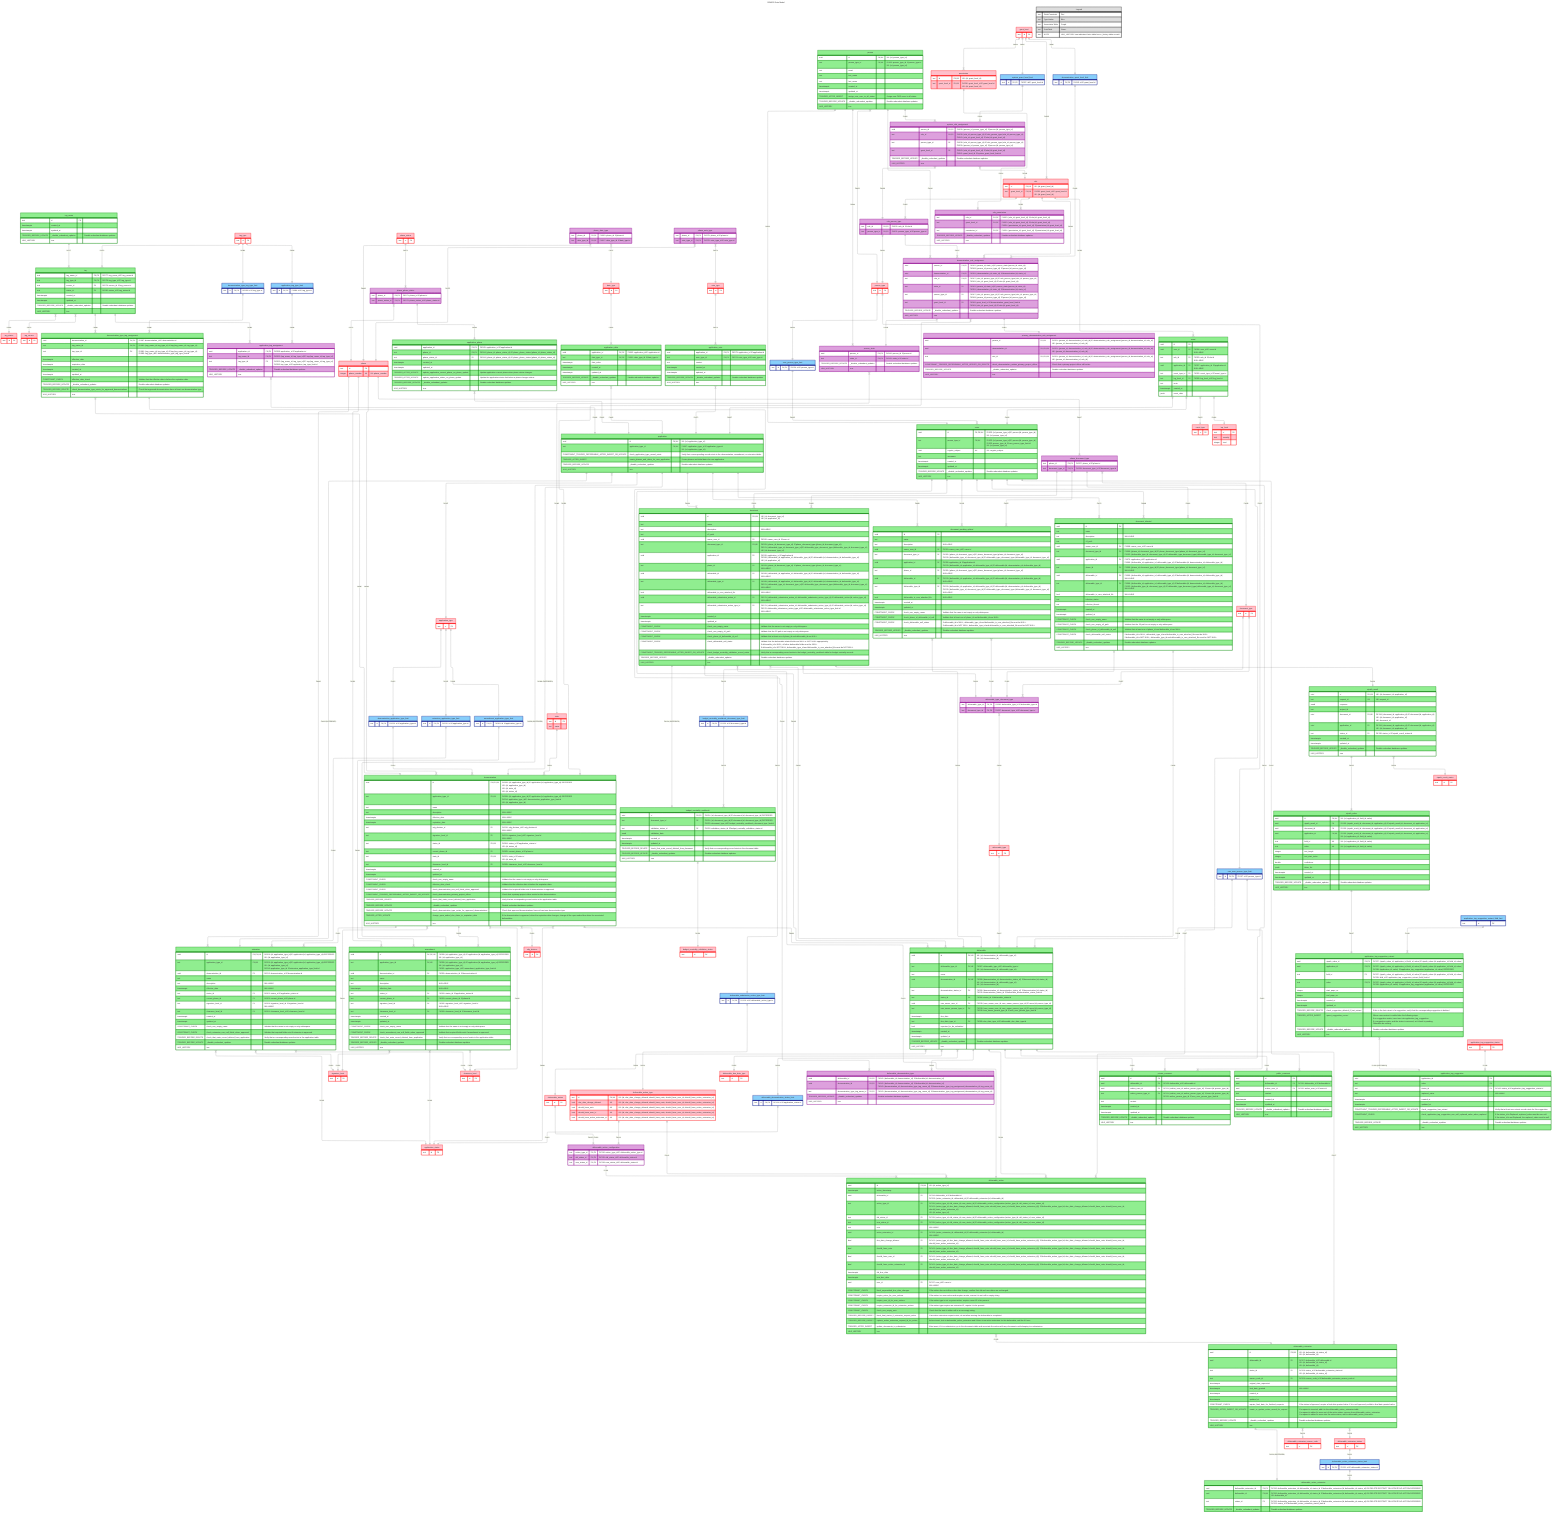
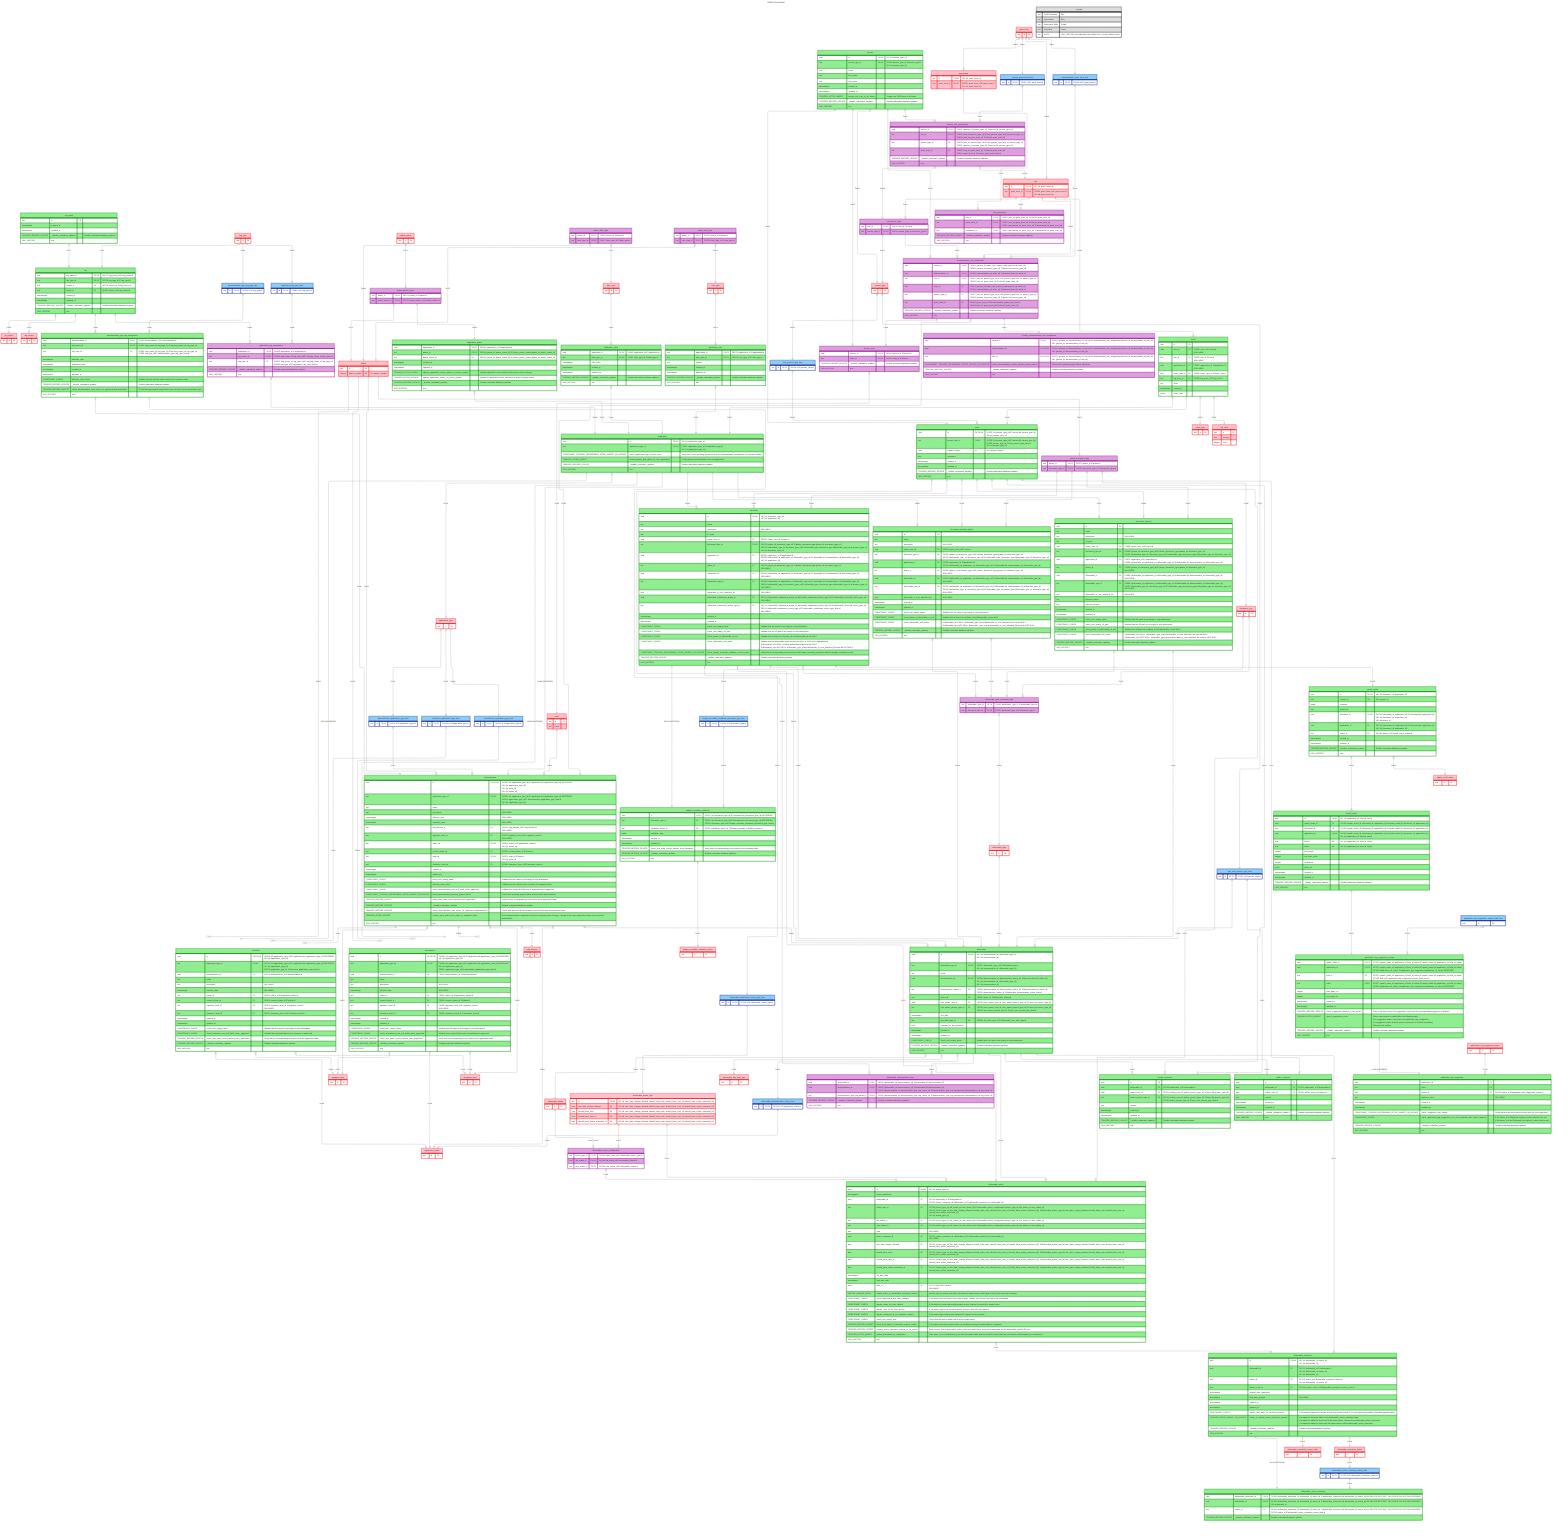
---
title: DEMOS Data Model
config:
  theme: default
  layout: elk
  elk:
    nodePlacementStrategy: NETWORK_SIMPLEX
---

erDiagram
  classDef staticConstraint stroke:red,fill:pink
  classDef typeLimiter stroke:navy,fill:lightskyblue
  classDef dataTable stroke:green,fill:lightgreen
  classDef associativeTable stroke:darkmagenta,fill:plum
  classDef legend stroke:black,fill:#ddd

  tag_name ||--|{ tag : "FK077"
  tag_type ||--|{ tag : "FK078"
  tag }|--|| tag_status : "FK080"
  tag }|--|| tag_source : "FK079"
  tag ||--|{ demonstration_type_tag_assignment : "FK081"
  tag ||--|{ application_tag_assignment : "FK082"
  tag_type ||--|| demonstration_type_tag_type_limit : "FK083"
  tag_type ||--|| application_tag_type_limit : "FK084"
  demonstration_type_tag_type_limit ||--|{ demonstration_type_tag_assignment : "FK085"
  application_tag_type_limit ||--|{ application_tag_assignment : "FK086"
  demonstration_type_tag_assignment }|--|| demonstration : "FK087"
  application_tag_assignment }|--|| application : "FK088"
  phase_status ||--|{ phase_phase_status : "FK072"
  phase_phase_status }|--|| phase : "FK071"
  phase_phase_status ||--|{ application_phase  : "FK004"
  phase_date_type }|--|| phase : "FK003"
  phase_note_type }|--|| phase : "FK075"
  phase_date_type }|--|| date_type: "FK017"
  phase_note_type }|--|| note_type: "FK076"
  application_phase }|--|| application : "FK005"
  date_type ||--|{ application_date  : "FK001"
  note_type ||--|{ application_note  : "FK074"
  application_date }|--|| application : "FK002"
  application_note }|--|| application : "FK073"
  application }|--|| application_type : "FK007"
  application ||--|| demonstration : "FK008 (DEFERRED)"
  application ||--|| extension : "FK009 (DEFERRED)"
  application ||--|| amendment : "FK058 (DEFERRED)"
  demonstration }|--|| sdg_division : "FK010"
  demonstration }|--|| signature_level : "FK011"
  demonstration ||--|{ extension : "FK012"
  demonstration ||--|{ amendment : "FK059"
  application_type ||--|| demonstration_application_type_limit : "FK013"
  demonstration_application_type_limit ||--|{ demonstration : "FK014"
  application_type ||--|| extension_application_type_limit : "FK015"
  extension_application_type_limit ||--|{ extension : "FK016"
  application_type ||--|| amendment_application_type_limit : "FK060"
  amendment_application_type_limit ||--|{ amendment : "FK061"
  amendment }|--|| application_status : "FK018"
  phase ||--|{ amendment : "FK020"
  extension }|--|| application_status : "FK062"
  phase ||--|{ extension : "FK063"
  demonstration }|--|| application_status : "FK064"
  phase ||--|{ demonstration : "FK065"
  state ||--|{ demonstration : "FK021"
  person }|--|| person_type : "FK022"
  person ||--|| users : "FK023"
  person_type ||--|| user_person_type_limit : "FK024"
  user_person_type_limit ||--|{ users : "FK025"
  users ||--|{ document : "FK026"
  users ||--|{ document_pending_upload : "FK019"
  users ||--|{ document_infected : "FK068"
  phase ||--|{ phase_document_type : "FK027"
  phase_document_type }|--|| document_type : "FK028"
  phase_document_type ||--|{ document : "FK029"
  phase_document_type ||--|{ document_pending_upload : "FK055"
  phase_document_type ||--|{ document_infected : "FK069"
  application ||--|{ document : "FK030"
  application ||--|{ document_pending_upload : "FK056"
  application ||--|{ document_infected : "FK070"
  role_person_type }|--|| person_type : "FK031"
  role ||--|{ role_person_type : "FK032"
  role ||--|{ role_permission : "FK033"
  permission ||--|{ role_permission : "FK034"
  grant_level ||--|{ role : "FK035"
  grant_level ||--|{ permission : "FK036"
  system_grant_level_limit ||--|{ system_role_assignment : "FK041"
  system_role_assignment }|--|| role_person_type : "FK038"
  person ||--|{ system_role_assignment : "FK039"
  system_role_assignment }|--|| role : "FK040"
  grant_level ||--|| system_grant_level_limit : "FK037"
  demonstration_role_assignment }|--|| person_state : "FK042"
  person_state }|--|| state : "FK043"
  person ||--|{ person_state : "FK044"
  grant_level ||--|| demonstration_grant_level_limit : "FK045"
  demonstration_grant_level_limit ||--|{ demonstration_role_assignment : "FK046"
  role_person_type ||--|{ demonstration_role_assignment : "FK047"
  person ||--|{ demonstration_role_assignment : "FK048"
  role ||--|{ demonstration_role_assignment : "FK049"
  demonstration_role_assignment }|--|| demonstration : "FK050"
  demonstration_role_assignment ||--|| primary_demonstration_role_assignment : "FK051"
  event }|--|| application : "FK057"
  event }|--|| event_type : "FK052"
  event }|--|| log_level : "FK066"
  role ||--|{ event : "FK053"
  event }|--|| users : "FK054"
  demonstration }|--|| clearance_level : "FK089"
  amendment }|--|| clearance_level : "FK090"
  extension }|--|| clearance_level : "FK091"
  amendment }|--|| signature_level : "FK092"
  extension }|--|| signature_level : "FK093"
  document_type ||--|| budget_neutrality_workbook_document_type_limit : "FK123"
  document ||--|| budget_neutrality_workbook : "FK124 (DEFERRED)"
  budget_neutrality_workbook_document_type_limit ||--|{ budget_neutrality_workbook : "FK125"
  budget_neutrality_workbook }|--|| budget_neutrality_validation_status : "FK126"
  document }|--|| deliverable_action : "FK121"
  document }|--|| deliverable_submission_action_type_limit : "FK122"
  deliverable_status ||--|{ deliverable_action_configuration : "FK115, FK118"
  deliverable_action_type ||--|{ deliverable_action_configuration : "FK116"
  deliverable_action_type ||--|{ deliverable_action : "FK141"
  deliverable_action_configuration ||--|{ deliverable_action : "FK119"
  deliverable_submission_action_type_limit ||--|| deliverable_action_type : "FK120"
  demonstration ||--|{ deliverable : "FK006"
  deliverable_type ||--|{ deliverable : "FK067"
  deliverable }|--|| deliverable_status : "FK094"
  deliverable }|--|| deliverable_due_date_type : "FK095"
  document_type ||--|{ deliverable_type_document_type : "FK097"
  deliverable_type_document_type }|--|| deliverable_type : "FK096"
  document }|--|| deliverable : "FK098"
  document_infected }|--|| deliverable : "FK099"
  document_pending_upload }|--|| deliverable : "FK100"
  document }|--|| deliverable_type_document_type : "FK101"
  document_infected }|--|| deliverable_type_document_type : "FK102"
  document_pending_upload }|--|| deliverable_type_document_type : "FK103"
  deliverable_demonstration_status_limit ||--|| application_status : "FK104"
  deliverable }|--|| deliverable_demonstration_status_limit : "FK105"
  cms_user_person_type_limit ||--|{ deliverable : "FK106"
  person_type ||--|| cms_user_person_type_limit : "FK107"
  users ||--|{ deliverable : "FK108"
  deliverable ||--|{ deliverable_action : "FK114"
  deliverable_action }|--|| deliverable_extension : "FK133"
  deliverable ||--|{ deliverable_extension : "FK127"
  deliverable ||--|{ deliverable_demonstration_type : "FK142"
  demonstration_type_tag_assignment ||--|{ deliverable_demonstration_type : "FK143"
  deliverable_extension }|--|| deliverable_extension_reason_code : "FK129"
  deliverable_extension }|--|| deliverable_extension_status : "FK128"
  deliverable_extension_status ||--|| deliverable_active_extension_status_limit : "FK131"
  deliverable_active_extension_status_limit ||--|{ deliverable_active_extension : "FK132"
  deliverable_extension ||--|| deliverable_active_extension : "FK130 (DEFERRED)"
  deliverable ||--|{ private_comment : "FK109"
  deliverable ||--|{ public_comment : "FK110"
  users ||--|{ private_comment : "FK111"
  users ||--|{ public_comment : "FK112"
  cms_user_person_type_limit ||--|{ private_comment : "FK113"
  users ||--|{ deliverable_action : "FK117"
  document ||--|| uipath_result : "FK134"
  uipath_result ||--|{ uipath_value : "FK135"
  uipath_result }|--|| uipath_result_status : "FK136"
  uipath_value ||--|| application_tag_suggestion_extract : "FK137"
  application_tag_suggestion_extract }|--|| application_tag_suggestion : "FK138 (DEFERRED)"
  application_tag_suggestion_extract_field_limit ||--|{ application_tag_suggestion_extract : "FK139"
  application_tag_suggestion_status ||--|{ application_tag_suggestion : "FK140"

  %% Static Constraints
  application_status:::staticConstraint {
    text id PK
  }

  application_tag_suggestion_status:::staticConstraint {
    text id PK
  }

  application_type:::staticConstraint {
    text id PK
  }

  budget_neutrality_validation_status:::staticConstraint {
    text id PK
  }

  clearance_level:::staticConstraint {
    text id PK
  }

  date_type:::staticConstraint {
    text id PK
  }

  deliverable_action_type:::staticConstraint {
    text id PK, UK "UK: (id, due_date_change_allowed, should_have_note, should_have_user_id, should_have_active_extension_id)"
    bool due_date_change_allowed UK "UK: (id, due_date_change_allowed, should_have_note, should_have_user_id, should_have_active_extension_id)"
    bool should_have_note UK "UK: (id, due_date_change_allowed, should_have_note, should_have_user_id, should_have_active_extension_id)"
    bool should_have_user_id UK "UK: (id, due_date_change_allowed, should_have_note, should_have_user_id, should_have_active_extension_id)"
    bool should_have_active_extension_id UK "UK: (id, due_date_change_allowed, should_have_note, should_have_user_id, should_have_active_extension_id)"
  }

  deliverable_due_date_type:::staticConstraint {
    text id PK
  }

  deliverable_extension_reason_code:::staticConstraint {
    text id PK
  }

  deliverable_extension_status:::staticConstraint {
    text id PK
  }

  deliverable_status:::staticConstraint {
    text id PK
  }

  deliverable_type:::staticConstraint {
    text id PK
  }

  document_type:::staticConstraint {
    text id PK
  }

  event_type:::staticConstraint {
    text id PK
  }

  grant_level:::staticConstraint {
    text id PK
  }

  log_level:::staticConstraint {
    text id PK
    text severity
    integer level
  }

  note_type:::staticConstraint {
    text id PK
  }

  permission:::staticConstraint {
    text id PK, UK "UK: (id, grant_level_id)"
    text grant_level_id FK, UK "FK036: grant_level_id ∈ grant_level.id<br>UK: (id, grant_level_id)"
  }

  person_type:::staticConstraint {
    text id PK
  }

  phase:::staticConstraint {
    text id PK
    integer phase_number UK "UK: phase_number"
  }

  phase_status:::staticConstraint {
    text id PK
  }

  role:::staticConstraint {
    text id PK, UK "UK: (id, grant_level_id)"
    text grant_level_id FK, UK "FK035: grant_level_id ∈ grant_level.id<br>UK: (id, grant_level_id)"
  }

  sdg_division:::staticConstraint {
    text id PK
  }

  signature_level:::staticConstraint {
    text id PK
  }

  state:::staticConstraint {
    text id PK
    text name
  }

  tag_source:::staticConstraint {
    text id PK
  }

  tag_status:::staticConstraint {
    text id PK
  }

  tag_type:::staticConstraint {
    text id PK
  }

  uipath_result_status:::staticConstraint {
    text id PK
  }

  %% Type Limiters
  amendment_application_type_limit:::typeLimiter {
    text id PK, FK "FK060: id ∈ application_type.id"
  }

  application_tag_suggestion_extract_field_limit:::typeLimiter {
    text id PK
  }

  application_tag_type_limit:::typeLimiter {
    text id PK, FK "FK084: id ∈ tag_type.id"
  }

  budget_neutrality_workbook_document_type_limit:::typeLimiter {
    text id PK, FK "FK123: id ∈ document_type.id"
  }

  cms_user_person_type_limit:::typeLimiter {
    text id PK, FK "FK107: id ∈ person_type.id"
  }

  deliverable_active_extension_status_limit:::typeLimiter {
    text id PK, FK "FK131: id ∈ deliverable_extension_status.id"
  }

  deliverable_demonstration_status_limit:::typeLimiter {
    text id PK, FK "FK104: id ∈ application_status.id"
  }

  deliverable_submission_action_type_limit:::typeLimiter {
    text id PK, FK "FK120: id ∈ deliverable_action_type.id"
  }

  demonstration_application_type_limit:::typeLimiter {
    text id PK, FK "FK013: id ∈ application_type.id"
  }

  demonstration_grant_level_limit:::typeLimiter {
    text id PK, FK "FK045: id ∈ grant_level.id"
  }

  demonstration_type_tag_type_limit:::typeLimiter {
    text id PK, FK "FK083: id ∈ tag_type.id"
  }

  extension_application_type_limit:::typeLimiter {
    text id PK, FK "FK015: id ∈ application_type.id"
  }

  system_grant_level_limit:::typeLimiter {
    text id PK, FK "FK037: id ∈ grant_level.id"
  }

  user_person_type_limit:::typeLimiter {
    text id PK, FK "FK024: id ∈ person_type.id"
  }

  %% Data Tables
  amendment:::dataTable {
    uuid id PK, FK, UK "FK058: (id, application_type_id) ∈ application.(id, application_type_id) DEFERRED<br>UK: (id, application_type_id)"
    text application_type_id FK, UK "FK058: (id, application_type_id) ∈ application.(id, application_type_id) DEFERRED<br>UK: (id, application_type_id)<br>FK061: application_type_id ∈ amendment_application_type_limit.id"
    uuid demonstration_id FK "FK059: demonstration_id ∈ demonstration.id"
    text name
    text description "NULLABLE"
    timestamptz effective_date "NULLABLE"
    text status_id FK "FK018: status_id ∈ application_status.id"
    text current_phase_id FK "FK020: current_phase_id ∈ phase.id"
    text signature_level_id FK "FK092: signature_level_id ∈ signature_level.id<br>NULLABLE"
    text clearance_level_id FK "FK090: clearance_level_id ∈ clearance_level.id"
    timestamptz created_at
    timestamptz updated_at
    CONSTRAINT_CHECK check_non_empty_name "Validate that the name is not empty or only whitespace."
    CONSTRAINT_CHECK check_amendment_non_null_fields_when_approved  "Validate that required fields exist if amendment is approved."
    TRIGGER_BEFORE_DELETE check_that_main_record_deleted_from_application "Verify that no corresponding record exists in the application table."
    TRIGGER_BEFORE_UPDATE _disable_redundant_updates "Disable redundant database updates."
    HAS_HISTORY true
  }

  application:::dataTable {
    uuid id PK, UK "UK: (id, application_type_id)"
    text application_type_id FK, UK "FK007: application_type_id ∈ application_type.id<br>UK: (id, application_type_id)"
    CONSTRAINT_TRIGGER_DEFERRABLE_AFTER_INSERT_OR_UPDATE check_application_type_record_exists "Verify that a corresponding record exists in the demonstration, amendment, or extension tables."
    TRIGGER_AFTER_INSERT create_phases_and_dates_for_new_application "Create phases and initial dates for new application."
    TRIGGER_BEFORE_UPDATE _disable_redundant_updates "Disable redundant database updates."
    HAS_HISTORY true
  }

  application_date:::dataTable {
    uuid application_id PK, FK "FK002: application_id ∈ application.id"
    text date_type_id PK, FK "FK001: date_type_id ∈ date_type.id"
    timestamptz date_value
    timestamptz created_at
    timestamptz updated_at
    TRIGGER_BEFORE_UPDATE _disable_redundant_updates "Disable redundant database updates."
    HAS_HISTORY true
  }

  application_note:::dataTable {
    uuid application_id PK, FK "FK073: application_id ∈ application.id"
    text note_type_id PK, FK "FK074: note_type_id ∈ note_type.id"
    text content
    timestamptz created_at
    timestamptz updated_at
    TRIGGER_BEFORE_UPDATE _disable_redundant_updates "Disable redundant database updates."
    HAS_HISTORY true
  }

  application_phase:::dataTable {
    uuid application_id PK, FK "FK005: application_id ∈ application.id"
    text phase_id PK, FK "FK004: (phase_id, phase_status_id) ∈ phase_phase_status.(phase_id, phase_status_id)"
    text phase_status_id FK "FK004: (phase_id, phase_status_id) ∈ phase_phase_status.(phase_id, phase_status_id)"
    timestamptz created_at
    timestamptz updated_at
    TRIGGER_AFTER_UPDATE update_application_current_phase_on_phase_update "Update application current phase when phase status changes."
    TRIGGER_AFTER_UPDATE update_application_status_on_phase_update "Update the application status field when a phase changes status."
    TRIGGER_BEFORE_UPDATE _disable_redundant_updates "Disable redundant database updates."
    HAS_HISTORY true
  }

  application_tag_suggestion:::dataTable {
    uuid application_id PK
    text value PK
    text status_id FK "FK140: status_id ∈ application_tag_suggestion_status.id"
    text replaced_value "NULLABLE"
    timestamptz created_at
    timestamptz updated_at
    CONSTRAINT_TRIGGER_DEFERRABLE_AFTER_INSERT_OR_UPDATE check_suggestion_has_extract "Verify that at least one extract record exists for this suggestion."
    CONSTRAINT_CHECK check_application_tag_suggestion_non_null_replaced_value_when_replaced "If the status_id is Replaced, replaced_value must be non null.<br>If the status_id is not Replaced, the replaced_value must be null."
    TRIGGER_BEFORE_UPDATE _disable_redundant_updates "Disable redundant database updates."
    HAS_HISTORY true
  }

  application_tag_suggestion_extract:::dataTable {
    uuid uipath_value_id PK, FK "FK137: (uipath_value_id, application_id, field_id, value) ∈ uipath_value.(id, application_id, field_id, value)"
    uuid application_id PK, FK "FK137: (uipath_value_id, application_id, field_id, value) ∈ uipath_value.(id, application_id, field_id, value)<br>FK138: (application_id, value) ∈ application_tag_suggestion.(application_id, value) DEFERRED"
    text field_id FK "FK137: (uipath_value_id, application_id, field_id, value) ∈ uipath_value.(id, application_id, field_id, value)<br>FK139: field_id ∈ application_tag_suggestion_extract_field_limit.id"
    text value PK, FK "FK137: (uipath_value_id, application_id, field_id, value) ∈ uipath_value.(id, application_id, field_id, value)<br>FK138: (application_id, value) ∈ application_tag_suggestion.(application_id, value) DEFERRED"
    integer start_page_no
    integer end_page_no
    timestamptz created_at
    timestamptz updated_at
    TRIGGER_BEFORE_DELETE check_suggestion_deleted_if_last_extract "If this is the last extract of a suggestion, verify that the corresponding suggestion is deleted."
    TRIGGER_AFTER_INSERT upsert_suggestion_record "When a new extract is added take the following steps.<br>If no suggestion exists, insert one into application_tag_suggestion.<br>If a suggestion exists, and the status is removed, set it back to pending.<br>Otherwise do nothing."
    TRIGGER_BEFORE_UPDATE _disable_redundant_updates "Disable redundant database updates."
    HAS_HISTORY true
  }

  budget_neutrality_workbook:::dataTable {
    uuid id PK, FK "FK124: (id, document_type_id) ∈ document.(id, document_type_id) DEFERRED"
    text document_type_id FK "FK124: (id, document_type_id) ∈ document.(id, document_type_id) DEFERRED<br>FK125: document_type_id ∈ budget_neutrality_workbook_document_type_limit.id"
    text validation_status_id FK "FK126: validation_status_id ∈ budget_neutrality_validation_status.id"
    jsonb validation_data
    timestamptz created_at
    timestamptz updated_at
    TRIGGER_BEFORE_DELETE check_that_main_record_deleted_from_document "Verify that no corresponding record exists in the document table."
    TRIGGER_BEFORE_UPDATE _disable_redundant_updates "Disable redundant database updates."
    HAS_HISTORY true
  }

  %% NOTE: That empty line with <br>&nbsp; is a layout hack for Mermaid
  deliverable:::dataTable {
    uuid id PK, UK "UK: (id, demonstration_id, deliverable_type_id)<br>UK: (id, demonstration_id)<br>&nbsp;"
    text deliverable_type_id FK, UK "FK067: deliverable_type_id ∈ deliverable_type.id<br>UK: (id, demonstration_id, deliverable_type_id)"
    text name
    uuid demonstration_id FK, UK "FK006: (demonstration_id, demonstration_status_id) ∈ demonstration.(id, status_id)<br>UK: (id, demonstration_id, deliverable_type_id)<br>UK: (id, demonstration_id)"
    text demonstration_status_id FK "FK006: (demonstration_id, demonstration_status_id) ∈ demonstration.(id, status_id)<br>FK105: demonstration_status_id ∈ deliverable_demonstration_status_limit.id"
    text status_id FK "FK094: status_id ∈ deliverable_status.id"
    uuid cms_owner_user_id FK "FK108: (cms_owner_user_id, cms_owner_person_type_id) ∈ users.(id, person_type_id)"
    text cms_owner_person_type_id FK "FK108: (cms_owner_user_id, cms_owner_person_type_id) ∈ users.(id, person_type_id)<br>FK106: cms_owner_person_type_id ∈ cms_user_person_type_limit.id"
    timestamptz due_date
    text due_date_type_id FK "FK095: due_date_type_id ∈ deliverable_due_date_type.id"
    bool expected_to_be_submitted
    timestamptz created_at
    timestamptz updated_at
+     CONSTRAINT_CHECK check_non_empty_name "Validate that the name is not empty or only whitespace."
    TRIGGER_BEFORE_UPDATE _disable_redundant_updates "Disable redundant database updates."
    HAS_HISTORY true
  }

  deliverable_action:::dataTable {
    uuid id PK, UK "UK: (id, action_type_id)"
    timestamptz action_timestamp
    uuid deliverable_id FK "FK114: deliverable_id ∈ deliverable.id<br>FK133: (active_extension_id, deliverable_id) ∈ deliverable_extension.(id, deliverable_id)"
    text action_type_id FK "FK119: (action_type_id, old_status_id, new_status_id) ∈ deliverable_action_configuration.(action_type_id, old_status_id, new_status_id)<br>FK141: (action_type_id, due_date_change_allowed, should_have_note, should_have_user_id, should_have_active_extension_id)) ∈ deliverable_action_type.(id, due_date_change_allowed, should_have_note, should_have_user_id, should_have_active_extension_id)<br>UK: (id, action_type_id)"
    text old_status_id FK "FK119: (action_type_id, old_status_id, new_status_id) ∈ deliverable_action_configuration.(action_type_id, old_status_id, new_status_id)"
    text new_status_id FK "FK119: (action_type_id, old_status_id, new_status_id) ∈ deliverable_action_configuration.(action_type_id, old_status_id, new_status_id)"
    text note "NULLABLE"
    uuid active_extension_id FK "FK133: (active_extension_id, deliverable_id) ∈ deliverable_extension.(id, deliverable_id)<br>NULLABLE"
    bool due_date_change_allowed FK "FK141: (action_type_id, due_date_change_allowed, should_have_note, should_have_user_id, should_have_active_extension_id)) ∈ deliverable_action_type.(id, due_date_change_allowed, should_have_note, should_have_user_id, should_have_active_extension_id)"
    bool should_have_note FK "FK141: (action_type_id, due_date_change_allowed, should_have_note, should_have_user_id, should_have_active_extension_id)) ∈ deliverable_action_type.(id, due_date_change_allowed, should_have_note, should_have_user_id, should_have_active_extension_id)"
    bool should_have_user_id FK "FK141: (action_type_id, due_date_change_allowed, should_have_note, should_have_user_id, should_have_active_extension_id)) ∈ deliverable_action_type.(id, due_date_change_allowed, should_have_note, should_have_user_id, should_have_active_extension_id)"
    bool should_have_active_extension_id FK "FK141: (action_type_id, due_date_change_allowed, should_have_note, should_have_user_id, should_have_active_extension_id)) ∈ deliverable_action_type.(id, due_date_change_allowed, should_have_note, should_have_user_id, should_have_active_extension_id)"
    timestamptz old_due_date
    timestamptz new_due_date
    uuid user_id FK "FK117: user_id ∈ users.id<br>NULLABLE"
+     PARTIAL_UNIQUE_INDEX unique_index_on_deliverable_extension_actions "(action_type_id, active_extension_id) must be unique where action type is one of the extension changes."
    CONSTRAINT_CHECK block_unpermitted_due_date_changes "If the action does not allow a due date change, confirm that old and new dates are unchanged."
    CONSTRAINT_CHECK require_notes_for_user_actions "If the action is a user action and requires a note, ensure it is not null or empty string."
    CONSTRAINT_CHECK require_user_id_for_user_actions "If the action type is not a system action, require a user ID to be present."
    CONSTRAINT_CHECK require_extension_id_for_extension_actions "If the action type requires an extension ID, require it to be present."
    CONSTRAINT_CHECK check_non_empty_note "Check that the note is either null or a non empty string."
    TRIGGER_BEFORE_INSERT block_final_states_if_extension_request_active "If an active extension request exists, do not allow moving the deliverable to completed."
    TRIGGER_BEFORE_INSERT capture_active_extension_request_id_for_action "Before insert, look in deliverable_active_extension and if there is an active extension for this deliverable, add the ID here."
    TRIGGER_AFTER_INSERT update_documents_in_submission "After insert, if it is a submission, go to the documents table and associate the action with any documents not belonging to a submission."
    HAS_HISTORY true
  }

  deliverable_active_extension:::dataTable {
    uuid deliverable_extension_id PK, FK "FK130: deliverable_extension_id, deliverable_id, status_id ∈ deliverable_extension.(id, deliverable_id, status_id) ON DELETE RESTRICT ON UPDATE NO ACTION DEFERRED"
    uuid deliverable_id FK, UK "FK130: deliverable_extension_id, deliverable_id, status_id ∈ deliverable_extension.(id, deliverable_id, status_id) ON DELETE RESTRICT ON UPDATE NO ACTION DEFERRED<br>UK: deliverable_id"
    text status_id FK "FK130: deliverable_extension_id, deliverable_id, status_id ∈ deliverable_extension.(id, deliverable_id, status_id) ON DELETE RESTRICT ON UPDATE NO ACTION DEFERRED<br>FK132: status_id ∈ deliverable_active_extension_status_limit.id"
    TRIGGER_BEFORE_UPDATE _disable_redundant_updates "Disable redundant database updates."
  }

  deliverable_extension:::dataTable {
    uuid id PK, UK "UK: (id, deliverable_id, status_id)<br>UK: (id, deliverable_id)"
    uuid deliverable_id FK "FK127: deliverable_id ∈ deliverable.id<br>UK: (id, deliverable_id, status_id)<br>UK: (id, deliverable_id)"
    text status_id FK "FK128: status_id ∈ deliverable_extension_status.id<br>UK: (id, deliverable_id, status_id)"
    text reason_code_id FK "FK129: reason_code_id ∈ deliverable_extension_reason_code.id"
    timestamptz original_date_requested
    timestamptz final_date_granted "NULLABLE"
    timestamptz created_at
    timestamptz updated_at
    CONSTRAINT_CHECK require_final_date_for_finished_requests "If the status is Approved, require a final date granted value. If it is not Approved, prohibit a final date granted value."
    TRIGGER_AFTER_INSERT_OR_UPDATE create_or_update_active_record_for_request "If a request is inserted, add it to the deliverable_active_extension table.<br>If a request is edited to move out of the active status, remove from deliverable_active_extension.<br>If a request is edited to move into the active status, add to deliverable_active_extension."
    TRIGGER_BEFORE_UPDATE _disable_redundant_updates "Disable redundant database updates."
    HAS_HISTORY true
  }

  demonstration:::dataTable {
    uuid id PK, FK, UK "FK008: (id, application_type_id) ∈ application.(id, application_type_id) DEFERRED<br>UK: (id, application_type_id)<br>UK: (id, state_id)<br>UK: (id, status_id)"
    text application_type_id FK, UK "FK008: (id, application_type_id) ∈ application.(id, application_type_id) DEFERRED<br>FK014: application_type_id ∈ demonstration_application_type_limit.id<br>UK: (id, application_type_id)"
    text name
    text description "NULLABLE"
    timestamptz effective_date "NULLABLE"
    timestamptz expiration_date "NULLABLE"
    text sdg_division_id FK "FK010: sdg_division_id ∈ sdg_division.id<br>NULLABLE"
    text signature_level_id FK "FK011: signature_level_id ∈ signature_level.id<br>NULLABLE"
    text status_id FK, UK "FK064: status_id ∈ application_status.id<br>UK: (id, status_id)"
    text current_phase_id FK "FK065: current_phase_id ∈ phase.id"
    text state_id FK, UK "FK021: state_id ∈ state.id<br>UK: (id, state_id)"
    text clearance_level_id FK "FK089: clearance_level_id ∈ clearance_level.id"
    timestamptz created_at
    timestamptz updated_at
    CONSTRAINT_CHECK check_non_empty_name "Validate that the name is not empty or only whitespace."
    CONSTRAINT_CHECK effective_date_check "Validate that the effective date is before the expiration date."
    CONSTRAINT_CHECK check_demonstration_non_null_fields_when_approved "Validate that required fields exist if demonstration is approved."
    CONSTRAINT_TRIGGER_DEFERRABLE_AFTER_INSERT_OR_UPDATE check_demonstration_primary_project_officer "Check that a primary project officer exists for this demonstration."
    TRIGGER_BEFORE_DELETE check_that_main_record_deleted_from_application "Verify that no corresponding record exists in the application table."
    TRIGGER_BEFORE_UPDATE _disable_redundant_updates "Disable redundant database updates."
    TRIGGER_BEFORE_UPDATE check_demonstration_type_exists_for_approved_demonstrations "Check that approved demonstrations have at least one demonstration type."
    TRIGGER_AFTER_UPDATE change_open_ended_due_dates_to_expiration_date "If the demonstration is approved, when the expiration date changes, change all the open-ended due dates for associated deliverables."
    HAS_HISTORY true
  }

  demonstration_type_tag_assignment:::dataTable {
    uuid demonstration_id PK, FK "FK087: demonstration_id ∈ demonstration.id"
    text tag_name_id PK, FK "FK081: (tag_name_id, tag_type_id) ∈ tag.(tag_name_id, tag_type_id)"
    text tag_type_id FK "FK081: (tag_name_id, tag_type_id) ∈ tag.(tag_name_id, tag_type_id)<br>FK085: tag_type_id ∈ demonstration_type_tag_type_limit.id"
    timestamptz effective_date
    timestamptz expiration_date
    timestamptz created_at
    timestamptz updated_at
    CONSTRAINT_CHECK effective_date_check "Validate that the effective date is before the expiration date."
    TRIGGER_BEFORE_UPDATE _disable_redundant_updates "Disable redundant database updates."
    TRIGGER_BEFORE_DELETE check_demonstration_type_exists_for_approved_demonstrations "Check that approved demonstrations have at least one demonstration type."
    HAS_HISTORY true
  }

  document:::dataTable {
    uuid id PK, UK "UK: (id, document_type_id)<br>UK: (id, application_id)"
    text name
    text description "NULLABLE"
    text s3_path
    uuid owner_user_id FK "FK026: owner_user_id ∈ users.id"
    text document_type_id FK, UK "FK029: (phase_id, document_type_id) ∈ phase_document_type.(phase_id, document_type_id)<br>FK101: (deliverable_type_id, document_type_id) ∈ deliverable_type_document_type.(deliverable_type_id, document_type_id)<br>UK: (id, document_type_id)"
    uuid application_id FK "FK030: application_id ∈ application.id<br>FK098: (deliverable_id, application_id, deliverable_type_id) ∈ deliverable.(id, demonstration_id, deliverable_type_id)<br>UK: (id, application_id)"
    text phase_id FK "FK029: (phase_id, document_type_id) ∈ phase_document_type.(phase_id, document_type_id)<br>NULLABLE"
    uuid deliverable_id FK "FK098: (deliverable_id, application_id, deliverable_type_id) ∈ deliverable.(id, demonstration_id, deliverable_type_id)<br>NULLABLE"
    text deliverable_type_id FK "FK098: (deliverable_id, application_id, deliverable_type_id) ∈ deliverable.(id, demonstration_id, deliverable_type_id)<br>FK101: (deliverable_type_id, document_type_id) ∈ deliverable_type_document_type.(deliverable_type_id, document_type_id)<br>NULLABLE"
    bool deliverable_is_cms_attached_file "NULLABLE"
    uuid deliverable_submission_action_id FK "FK121: (deliverable_submission_action_id, deliverable_submission_action_type_id) ∈ deliverable_action.(id, action_type_id)<br>NULLABLE"
    text deliverable_submission_action_type_id FK "FK121: (deliverable_submission_action_id, deliverable_submission_action_type_id) ∈ deliverable_action.(id, action_type_id)<br>FK122: deliverable_submission_action_type_id ∈ deliverable_submission_action_type_limit.id<br>NULLABLE"
    timestamptz created_at
    timestamptz updated_at
    CONSTRAINT_CHECK check_non_empty_name "Validate that the name is not empty or only whitespace."
    CONSTRAINT_CHECK check_non_empty_s3_path "Validate that the S3 path is not empty or only whitespace."
    CONSTRAINT_CHECK check_phase_id_deliverable_id_null "Validate that at least one of phase_id and deliverable_id are NULL."
    CONSTRAINT_CHECK check_deliverable_null_states "Validate that the deliverable-related fields are NULL or NOT NULL appropriately.<br>If deliverable_id is NULL, all other deliverable fields must be NULL.<br>If deliverable_id is NOT NULL, deliverable_type_id and deliverable_is_cms_attached_file must be NOT NULL."
    CONSTRAINT_TRIGGER_DEFERRABLE_AFTER_INSERT_OR_UPDATE check_budget_neutrality_validation_record_exists "Verify that a corresponding record exists in the budget_neutrality_workbook table for budget neutrality records."
    TRIGGER_BEFORE_UPDATE _disable_redundant_updates "Disable redundant database updates."
    HAS_HISTORY true
  }

  document_infected:::dataTable {
    uuid id PK
    text name
    text description "NULLABLE"
    text s3_path
    uuid owner_user_id FK "FK068: owner_user_id ∈ users.id"
    text document_type_id FK "FK069: (phase_id, document_type_id) ∈ phase_document_type.(phase_id, document_type_id)<br>FK102: (deliverable_type_id, document_type_id) ∈ deliverable_type_document_type.(deliverable_type_id, document_type_id)"
    uuid application_id FK "FK070: application_id ∈ application.id<br>FK099: (deliverable_id, application_id, deliverable_type_id) ∈ deliverable.(id, demonstration_id, deliverable_type_id)"
    text phase_id FK "FK069: (phase_id, document_type_id) ∈ phase_document_type.(phase_id, document_type_id)<br>NULLABLE"
    uuid deliverable_id FK "FK099: (deliverable_id, application_id, deliverable_type_id) ∈ deliverable.(id, demonstration_id, deliverable_type_id)<br>NULLABLE"
    text deliverable_type_id FK "FK099: (deliverable_id, application_id, deliverable_type_id) ∈ deliverable.(id, demonstration_id, deliverable_type_id)<br>FK102: (deliverable_type_id, document_type_id) ∈ deliverable_type_document_type.(deliverable_type_id, document_type_id)<br>NULLABLE"
    bool deliverable_is_cms_attached_file "NULLABLE"
    text infection_status
    text infection_threats
    timestamptz created_at
    timestamptz updated_at
    CONSTRAINT_CHECK check_non_empty_name "Validate that the name is not empty or only whitespace."
    CONSTRAINT_CHECK check_non_empty_s3_path "Validate that the S3 path is not empty or only whitespace."
    CONSTRAINT_CHECK check_phase_id_deliverable_id_null "Validate that at least one of phase_id and deliverable_id are NULL."
    CONSTRAINT_CHECK check_deliverable_null_states "If deliverable_id is NULL, deliverable_type_id and deliverable_is_cms_attached_file must be NULL.<br>If deliverable_id is NOT NULL, deliverable_type_id and deliverable_is_cms_attached_file must be NOT NULL."
    TRIGGER_BEFORE_UPDATE _disable_redundant_updates "Disable redundant database updates."
    HAS_HISTORY true
  }

  document_pending_upload:::dataTable {
    uuid id PK
    text name
    text description "NULLABLE"
    uuid owner_user_id FK "FK019: owner_user_id ∈ users.id"
    text document_type_id FK "FK055: (phase_id, document_type_id) ∈ phase_document_type.(phase_id, document_type_id)<br>FK103: (deliverable_type_id, document_type_id) ∈ deliverable_type_document_type.(deliverable_type_id, document_type_id)"
    uuid application_id FK "FK056: application_id ∈ application.id<br>FK100: (deliverable_id, application_id, deliverable_type_id) ∈ deliverable.(id, demonstration_id, deliverable_type_id)"
    text phase_id FK "FK055: (phase_id, document_type_id) ∈ phase_document_type.(phase_id, document_type_id)<br>NULLABLE"
    uuid deliverable_id FK "FK100: (deliverable_id, application_id, deliverable_type_id) ∈ deliverable.(id, demonstration_id, deliverable_type_id)<br>NULLABLE"
    text deliverable_type_id FK "FK100: (deliverable_id, application_id, deliverable_type_id) ∈ deliverable.(id, demonstration_id, deliverable_type_id)<br>FK103: (deliverable_type_id, document_type_id) ∈ deliverable_type_document_type.(deliverable_type_id, document_type_id)<br>NULLABLE"
    bool deliverable_is_cms_attached_file "NULLABLE"
    timestamptz created_at
    timestamptz updated_at
    CONSTRAINT_CHECK check_non_empty_name "Validate that the name is not empty or only whitespace."
    CONSTRAINT_CHECK check_phase_id_deliverable_id_null "Validate that at least one of phase_id and deliverable_id are NULL."
    CONSTRAINT_CHECK check_deliverable_null_states "If deliverable_id is NULL, deliverable_type_id and deliverable_is_cms_attached_file must be NULL.<br>If deliverable_id is NOT NULL, deliverable_type_id and deliverable_is_cms_attached_file must be NOT NULL."
    TRIGGER_BEFORE_UPDATE _disable_redundant_updates "Disable redundant database updates."
    HAS_HISTORY true
  }

  event:::dataTable {
    uuid id PK
    uuid user_id FK "FK054: user_id ∈ users.id<br>NULLABLE"
    text role_id FK "FK053: role_id ∈ role.id<br>NULLABLE"
    uuid application_id FK "FK057: application_id ∈ application.id<br>NULLABLE"
    text event_type_id FK "FK052: event_type_id ∈ event_type.id"
    text log_level_id FK "FK066: log_level_id ∈ log_level.id"
    text route
    timestamptz created_at
    jsonb event_data
  }

  extension:::dataTable {
    uuid id PK, FK, UK "FK009: (id, application_type_id) ∈ application.(id, application_type_id) DEFERRED<br>UK: (id, application_type_id)"
    text application_type_id FK, UK "FK009: (id, application_type_id) ∈ application.(id, application_type_id) DEFERRED<br>UK: (id, application_type_id)<br>FK016: application_type_id ∈ extension_application_type_limit.id"
    uuid demonstration_id FK "FK012: demonstration_id ∈ demonstration.id"
    text name
    text description "NULLABLE"
    timestamptz effective_date "NULLABLE"
    text status_id FK "FK062: status_id ∈ application_status.id"
    text current_phase_id FK "FK063: current_phase_id ∈ phase.id"
    text signature_level_id FK "FK093: signature_level_id ∈ signature_level.id<br>NULLABLE"
    text clearance_level_id FK "FK091: clearance_level_id ∈ clearance_level.id"
    timestamptz created_at
    timestamptz updated_at
    CONSTRAINT_CHECK check_non_empty_name "Validate that the name is not empty or only whitespace."
    CONSTRAINT_CHECK check_extension_non_null_fields_when_approved  "Validate that required fields exist if extension is approved."
    TRIGGER_BEFORE_DELETE check_that_main_record_deleted_from_application "Verify that no corresponding record exists in the application table."
    TRIGGER_BEFORE_UPDATE _disable_redundant_updates "Disable redundant database updates."
    HAS_HISTORY true
  }

  person:::dataTable {
    uuid id PK, UK "UK: (id, person_type_id)"
    text person_type_id FK, UK "FK022: person_type_id ∈ person_type.id<br>UK: (id, person_type_id)"
    text email
    text first_name
    text last_name
    timestamptz created_at
    timestamptz updated_at
    TRIGGER_AFTER_INSERT assign_cms_user_to_all_states "Assign new CMS users to all states."
    TRIGGER_BEFORE_UPDATE _disable_redundant_updates "Disable redundant database updates."
    HAS_HISTORY true
  }

  private_comment:::dataTable {
    uuid id PK
    uuid deliverable_id FK "FK109: deliverable_id ∈ deliverable.id"
    uuid author_user_id FK "FK111: (author_user_id, author_person_type_id) ∈ users.(id, person_type_id)"
    text author_person_type_id FK "FK111: (author_user_id, author_person_type_id) ∈ users.(id, person_type_id)<br>FK113: author_person_type_id ∈ cms_user_person_type_limit.id"
    text content
    timestamptz created_at
    timestamptz updated_at
    TRIGGER_BEFORE_UPDATE _disable_redundant_updates "Disable redundant database updates."
    HAS_HISTORY true
  }

  public_comment:::dataTable {
    uuid id PK
    uuid deliverable_id FK "FK110: deliverable_id ∈ deliverable.id"
    uuid author_user_id FK "FK112: author_user_id ∈ users.id"
    text content
    timestamptz created_at
    timestamptz updated_at
    TRIGGER_BEFORE_UPDATE _disable_redundant_updates "Disable redundant database updates."
    HAS_HISTORY true
  }

  tag:::dataTable {
    text tag_name_id PK, FK "FK077: tag_name_id ∈ tag_name.id"
    text tag_type_id PK, FK "FK078: tag_type_id ∈ tag_type.id"
    text source_id FK "FK079: source_id ∈ tag_source.id"
    text status_id FK "FK080: status_id ∈ tag_status.id"
    timestamptz created_at
    timestamptz updated_at
    TRIGGER_BEFORE_UPDATE _disable_redundant_updates "Disable redundant database updates."
    HAS_HISTORY true
  }

  tag_name:::dataTable {
    text id PK
    timestamptz created_at
    timestamptz updated_at
    TRIGGER_BEFORE_UPDATE _disable_redundant_updates "Disable redundant database updates."
    HAS_HISTORY true
  }

  uipath_result:::dataTable {
    uuid id PK, UK "UK: (id, document_id, application_id)"
    text request_id UK "UK: request_id"
    jsonb response
    text project_id
    uuid document_id FK, UK "FK134: (document_id, application_id) ∈ document.(id, application_id)<br>UK: (id, document_id, application_id)<br>UK: document_id"
    uuid application_id FK "FK134: (document_id, application_id) ∈ document.(id, application_id)<br>UK: (id, document_id, application_id)"
    text status_id FK "FK136: status_id ∈ uipath_result_status.id"
    timestamptz created_at
    timestamptz updated_at
    TRIGGER_BEFORE_UPDATE _disable_redundant_updates "Disable redundant database updates."
    HAS_HISTORY true
  }

  uipath_value:::dataTable {
    uuid id PK, UK "UK: (id, application_id, field_id, value)"
    uuid uipath_result_id FK "FK135: (uipath_result_id, document_id, application_id) ∈ uipath_result.(id, document_id, application_id)"
    uuid document_id FK "FK135: (uipath_result_id, document_id, application_id) ∈ uipath_result.(id, document_id, application_id)"
    uuid application_id FK, UK "FK135: (uipath_result_id, document_id, application_id) ∈ uipath_result.(id, document_id, application_id)<br>UK: (id, application_id, field_id, value)"
    text field_id UK "UK: (id, application_id, field_id, value)"
    text value UK "UK: (id, application_id, field_id, value)"
    integer text_length
    integer text_start_index
    double confidence
    jsonb token_list
    timestamptz created_at
    timestamptz updated_at
    TRIGGER_BEFORE_UPDATE _disable_redundant_updates "Disable redundant database updates."
    HAS_HISTORY true
  }

  users:::dataTable {
    uuid id PK, FK, UK "FK023: (id, person_type_id) ∈ person.(id, person_type_id)<br>UK: (id, person_type_id)"
    text person_type_id FK, UK "FK023: (id, person_type_id) ∈ person.(id, person_type_id)<br>FK025: person_type_id ∈ user_person_type_limit.id<br>UK: (id, person_type_id)"
    uuid cognito_subject UK "UK: cognito_subject"
    text username
    timestamptz created_at
    timestamptz updated_at
    TRIGGER_BEFORE_UPDATE _disable_redundant_updates "Disable redundant database updates."
    HAS_HISTORY true
  }

  %% Associative Tables
  application_tag_assignment:::associativeTable {
    uuid application_id PK, FK "FK088: application_id ∈ application.id"
    text tag_name_id PK, FK "FK082: (tag_name_id, tag_type_id) ∈ tag.(tag_name_id, tag_type_id)"
    text tag_type_id FK "FK082: (tag_name_id, tag_type_id) ∈ tag.(tag_name_id, tag_type_id)<br>FK086: tag_type_id ∈ application_tag_type_limit.id"
    TRIGGER_BEFORE_UPDATE _disable_redundant_updates "Disable redundant database updates."
    HAS_HISTORY true
  }

  deliverable_action_configuration:::associativeTable {
    text action_type_id PK, FK "FK116: action_type_id ∈ deliverable_action_type.id"
    text old_status_id PK, FK "FK115: old_status_id ∈ deliverable_status.id"
    text new_status_id PK, FK "FK118: new_status_id ∈ deliverable_status.id"
  }

  deliverable_demonstration_type:::associativeTable {
    uuid deliverable_id PK, FK "FK142: (deliverable_id, demonstration_id) ∈ deliverable.(id, demonstration_id)"
    uuid demonstration_id PK, FK "FK142: (deliverable_id, demonstration_id) ∈ deliverable.(id, demonstration_id)<br>FK143: (demonstration_id, demonstration_type_tag_name_id) ∈ demonstration_type_tag_assignment.(demonstration_id, tag_name_id)"
    text demonstration_type_tag_name_id PK, FK "FK143: (demonstration_id, demonstration_type_tag_name_id) ∈ demonstration_type_tag_assignment.(demonstration_id, tag_name_id)"
    TRIGGER_BEFORE_UPDATE _disable_redundant_updates "Disable redundant database updates."
    HAS_HISTORY true
  }

  deliverable_type_document_type:::associativeTable {
    text deliverable_type_id PK, FK "FK096: deliverable_type_id ∈ deliverable_type.id"
    text document_type_id PK, FK "FK097: document_type_id ∈ document_type.id"
  }

  demonstration_role_assignment:::associativeTable {
    uuid person_id PK, FK "FK042: (person_id, state_id) ∈ person_state.(person_id, state_id)<br>FK048: (person_id, person_type_id) ∈ person.(id, person_type_id)"
    uuid demonstration_id PK, FK "FK050: (demonstration_id, state_id) ∈ demonstration.(id, state_id)"
    text role_id PK, FK "FK047: (role_id, person_type_id) ∈ role_person_type.(role_id, person_type_id)<br>FK049: (role_id, grant_level_id) ∈ role.(id, grant_level_id)"
    text state_id FK "FK042: (person_id, state_id) ∈ person_state.(person_id, state_id)<br>FK050: (demonstration_id, state_id) ∈ demonstration.(id, state_id)"
    text person_type_id FK "FK047: (role_id, person_type_id) ∈ role_person_type.(role_id, person_type_id)<br>FK048: (person_id, person_type_id) ∈ person.(id, person_type_id)"
    text grant_level_id FK "FK046: grant_level_id ∈ demonstration_grant_level_limit.id<br>FK049: (role_id, grant_level_id) ∈ role.(id, grant_level_id)"
    TRIGGER_BEFORE_UPDATE _disable_redundant_updates "Disable redundant database updates."
    HAS_HISTORY true
  }

  person_state:::associativeTable {
    uuid person_id PK, FK "FK044: person_id ∈ person.id"
    text state_id PK, FK "FK043: state_id ∈ state.id"
    TRIGGER_BEFORE_UPDATE _disable_redundant_updates "Disable redundant database updates."
    HAS_HISTORY true
  }

  phase_date_type:::associativeTable {
    text phase_id PK, FK "FK003: phase_id ∈ phase.id"
    text date_type_id PK, FK "FK017: date_type_id ∈ date_type.id"
  }

  phase_document_type:::associativeTable {
    text phase_id PK, FK "FK027: phase_id ∈ phase.id"
    text document_type_id PK, FK "FK028: document_type_id ∈ document_type.id"
  }

  phase_note_type:::associativeTable {
    text phase_id PK, FK "FK075: phase_id ∈ phase.id"
    text note_type_id PK, FK "FK076: note_type_id ∈ note_type.id"
  }

  phase_phase_status:::associativeTable {
    text phase_id PK, FK "FK071: phase_id ∈ phase.id"
    text phase_status_id PK, FK "FK072: phase_status_id ∈ phase_status.id"
  }

  primary_demonstration_role_assignment:::associativeTable {
    uuid person_id FK, UK "FK051: (person_id, demonstration_id, role_id) ∈ demonstration_role_assignment.(person_id, demonstration_id, role_id)<br>UK: (person_id, demonstration_id, role_id)"
    uuid demonstration_id PK, FK, UK "FK051: (person_id, demonstration_id, role_id) ∈ demonstration_role_assignment.(person_id, demonstration_id, role_id)<br>UK: (person_id, demonstration_id, role_id)"
    text role_id PK, FK, UK "FK051: (person_id, demonstration_id, role_id) ∈ demonstration_role_assignment.(person_id, demonstration_id, role_id)<br>UK: (person_id, demonstration_id, role_id)"
    CONSTRAINT_TRIGGER_DEFERRABLE_AFTER_UPDATE_OR_DELETE check_demonstration_retains_primary_project_officer "Check that a primary project officer still exists."
    TRIGGER_BEFORE_UPDATE _disable_redundant_updates "Disable redundant database updates."
    HAS_HISTORY true
  }

  role_permission:::associativeTable {
    text role_id PK, FK "FK033: (role_id, grant_level_id) ∈ role.(id, grant_level_id)"
    text grant_level_id PK, FK "FK033: (role_id, grant_level_id) ∈ role.(id, grant_level_id)<br>FK034: (permission_id, grant_level_id) ∈ permission.(id, grant_level_id)"
    text permission_id PK, FK "FK034: (permission_id, grant_level_id) ∈ permission.(id, grant_level_id)"
    TRIGGER_BEFORE_UPDATE _disable_redundant_updates "Disable redundant database updates."
    HAS_HISTORY true
  }

  role_person_type:::associativeTable {
    text role_id PK, FK "FK032: role_id ∈ role.id"
    text person_type_id PK, FK "FK031: person_type_id ∈ person_type.id"
  }

  system_role_assignment:::associativeTable {
    uuid person_id PK, FK "FK039: (person_id, person_type_id) ∈ person.(id, person_type_id)"
    text role_id PK, FK "FK038: (role_id, person_type_id) ∈ role_person_type.(role_id, person_type_id)<br>FK040: (role_id, grant_level_id) ∈ role.(id, grant_level_id)"
    text person_type_id FK "FK038: (role_id, person_type_id) ∈ role_person_type.(role_id, person_type_id)<br>FK039: (person_id, person_type_id) ∈ person.(id, person_type_id)"
    text grant_level_id FK "FK040: (role_id, grant_level_id) ∈ role.(id, grant_level_id)<br>FK041: grant_level_id ∈ system_grant_level_limit.id"
    TRIGGER_BEFORE_UPDATE _disable_redundant_updates "Disable redundant database updates."
    HAS_HISTORY true
  }

  %% Legend
  Legend:::legend {
    text StaticConstraint "Red"
    text TypeLimiter "Blue"
    text AssociativeTable "Purple"
    text DataTable "Green"
    text NOTE "HAS_HISTORY true indicates that a table has a _history table as well."
  }
